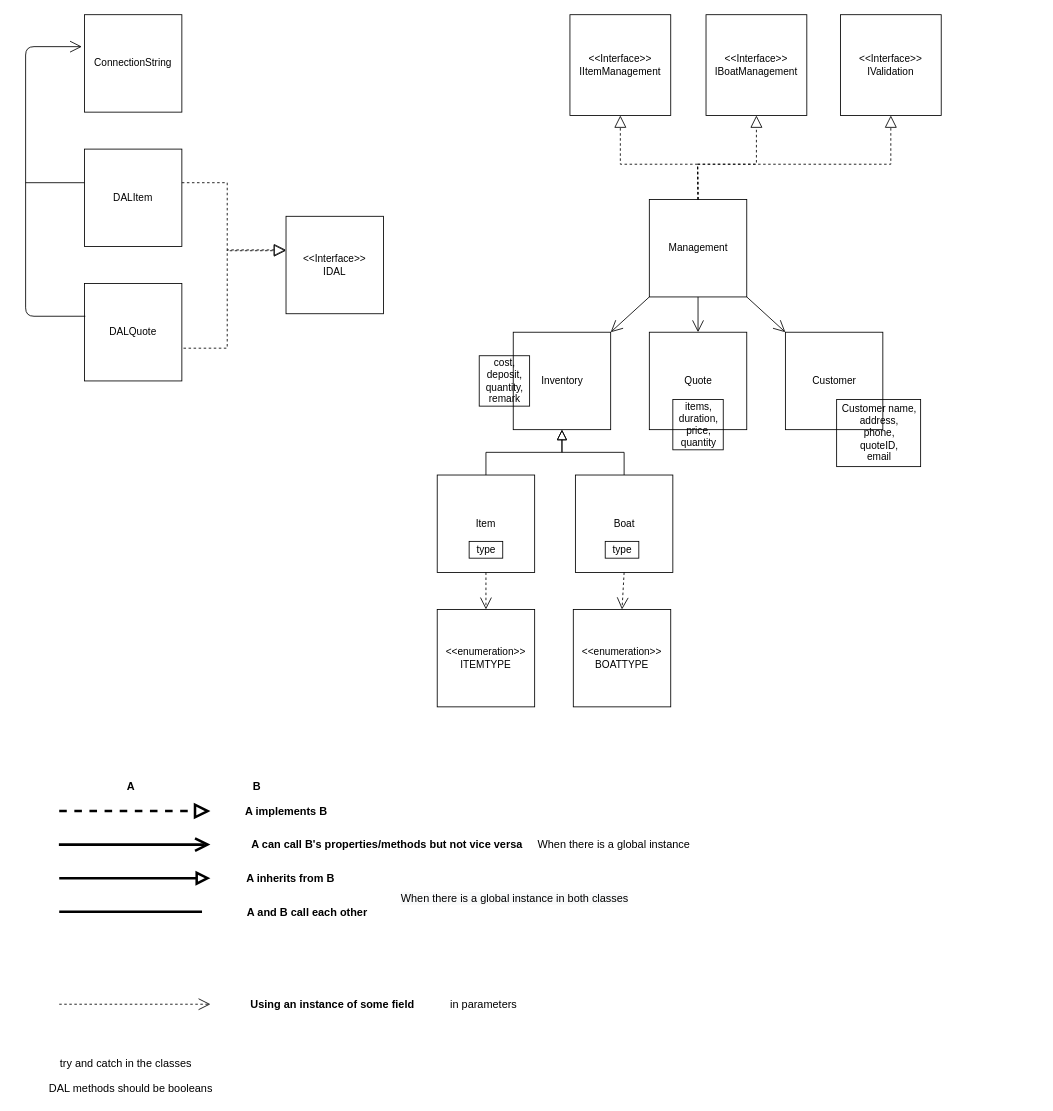
Earlier version of the draw.io diagram Documentation/Synthesis Assignment.drawio (ismailchbiki/-t-Sloepke-B.V.-company). Source tidied: cells renumbered, new cells numbered last; positions are measured from the earlier drawing's top-left corner, leaving out a move shared by most shapes. Both pictures are drawn from the tidied source at 84%, with x=0, y=0 at pixel (25, 14).
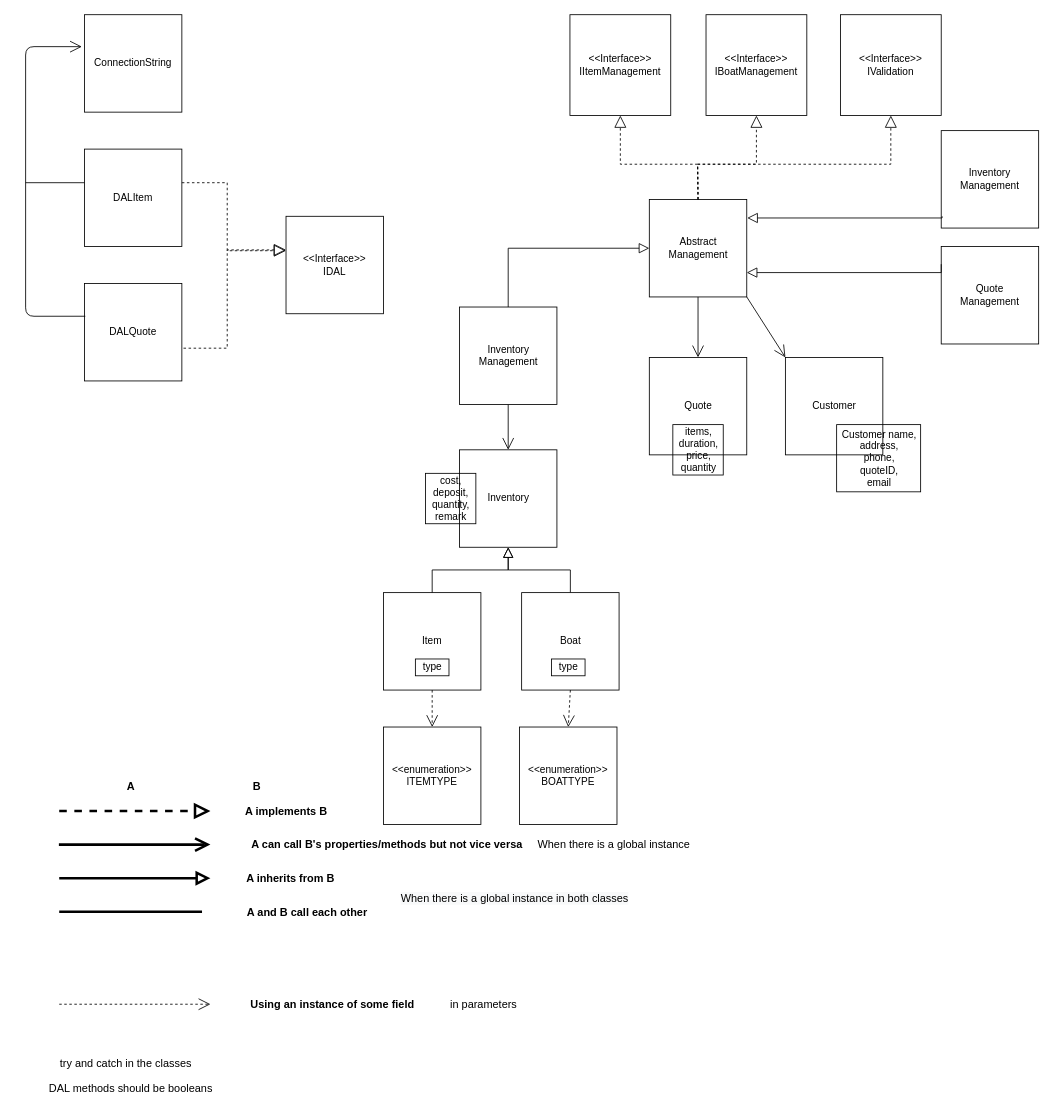
The same page after the edit.

The edit, as a diff of the source:
```diff
@@
-    <mxCell id="28" value="Management" style="whiteSpace=wrap;html=1;strokeColor=default;direction=east;" parent="1" vertex="1">
+    <mxCell id="28" value="Abstract&lt;br&gt;Management" style="whiteSpace=wrap;html=1;strokeColor=default;direction=east;" parent="1" vertex="1">
       <mxGeometry x="742.5" y="220" width="116" height="116" as="geometry" />
     </mxCell>
     <mxCell id="29" value="Quote" style="whiteSpace=wrap;html=1;strokeColor=default;direction=east;" parent="1" vertex="1">
-      <mxGeometry x="742.5" y="378" width="116" height="116" as="geometry" />
+      <mxGeometry x="742.5" y="408" width="116" height="116" as="geometry" />
     </mxCell>
     <mxCell id="30" value="Customer" style="whiteSpace=wrap;html=1;strokeColor=default;direction=east;" parent="1" vertex="1">
-      <mxGeometry x="904.5" y="378" width="116" height="116" as="geometry" />
+      <mxGeometry x="904.5" y="408" width="116" height="116" as="geometry" />
     </mxCell>
@@
-    <mxCell id="33" style="endArrow=open;endFill=1;endSize=12;html=1;fontStyle=1;fontSize=13;strokeWidth=1;exitX=0;exitY=1;exitDx=0;exitDy=0;entryX=1;entryY=0;entryDx=0;entryDy=0;" parent="1" edge="1" source="28" target="40">
+    <mxCell id="33" style="endArrow=open;endFill=1;endSize=12;html=1;fontStyle=1;fontSize=13;strokeWidth=1;entryX=0.5;entryY=0;entryDx=0;entryDy=0;" parent="1" edge="1" source="57" target="40">
       <mxGeometry relative="1" as="geometry" />
     </mxCell>
     <mxCell id="34" value="items,&lt;br&gt;duration,&lt;br&gt;price,&lt;br&gt;quantity" style="text;html=1;align=center;verticalAlign=middle;strokeColor=default;fillColor=none;" parent="1" vertex="1">
-      <mxGeometry x="770.5" y="458" width="60" height="60" as="geometry" />
+      <mxGeometry x="770.5" y="488" width="60" height="60" as="geometry" />
     </mxCell>
@@
     <mxCell id="37" value="Boat" style="whiteSpace=wrap;html=1;strokeColor=default;direction=east;" parent="1" vertex="1">
-      <mxGeometry x="654.5" y="548" width="116" height="116" as="geometry" />
+      <mxGeometry x="590.5" y="688" width="116" height="116" as="geometry" />
     </mxCell>
     <mxCell id="38" value="Item" style="whiteSpace=wrap;html=1;strokeColor=default;direction=east;" parent="1" vertex="1">
-      <mxGeometry x="490" y="548" width="116" height="116" as="geometry" />
+      <mxGeometry x="426" y="688" width="116" height="116" as="geometry" />
     </mxCell>
     <mxCell id="39" value="Customer name,&lt;br&gt;address,&lt;br&gt;phone,&lt;br&gt;quoteID,&lt;br&gt;email" style="text;html=1;align=center;verticalAlign=middle;strokeColor=default;fillColor=none;" parent="1" vertex="1">
-      <mxGeometry x="965.5" y="458" width="100" height="80" as="geometry" />
+      <mxGeometry x="965.5" y="488" width="100" height="80" as="geometry" />
     </mxCell>
     <mxCell id="40" value="Inventory" style="whiteSpace=wrap;html=1;strokeColor=default;direction=east;" parent="1" vertex="1">
-      <mxGeometry x="580.5" y="378" width="116" height="116" as="geometry" />
+      <mxGeometry x="516.5" y="518" width="116" height="116" as="geometry" />
     </mxCell>
     <mxCell id="41" value="cost,&lt;br&gt;deposit,&lt;br&gt;quantity,&lt;br&gt;remark" style="text;html=1;align=center;verticalAlign=middle;strokeColor=default;fillColor=none;" parent="1" vertex="1">
-      <mxGeometry x="540" y="406" width="60" height="60" as="geometry" />
+      <mxGeometry x="476" y="546" width="60" height="60" as="geometry" />
     </mxCell>
     <mxCell id="42" style="endArrow=block;endSize=10;endFill=0;shadow=0;strokeWidth=1;rounded=0;edgeStyle=elbowEdgeStyle;elbow=vertical;fontStyle=1;fontSize=13;entryX=0.5;entryY=1;entryDx=0;entryDy=0;exitX=0.5;exitY=0;exitDx=0;exitDy=0;" parent="1" edge="1" source="38" target="40">
       <mxGeometry relative="1" as="geometry">
         <Array as="points">
-          <mxPoint x="600" y="521" />
-          <mxPoint x="620" y="528" />
+          <mxPoint x="536" y="661" />
+          <mxPoint x="556" y="668" />
         </Array>
       </mxGeometry>
     </mxCell>
     <mxCell id="43" value="type" style="text;html=1;align=center;verticalAlign=middle;strokeColor=default;fillColor=none;" parent="1" vertex="1">
-      <mxGeometry x="528" y="627" width="40" height="20" as="geometry" />
+      <mxGeometry x="464" y="767" width="40" height="20" as="geometry" />
     </mxCell>
     <mxCell id="44" value="type" style="text;html=1;align=center;verticalAlign=middle;strokeColor=default;fillColor=none;" parent="1" vertex="1">
-      <mxGeometry x="690" y="627" width="40" height="20" as="geometry" />
+      <mxGeometry x="626" y="767" width="40" height="20" as="geometry" />
     </mxCell>
@@
     <mxCell id="46" value="&amp;lt;&amp;lt;enumeration&amp;gt;&amp;gt;&lt;br&gt;ITEMTYPE" style="whiteSpace=wrap;html=1;" parent="1" vertex="1">
-      <mxGeometry x="490" y="708" width="116" height="116" as="geometry" />
+      <mxGeometry x="426" y="848" width="116" height="116" as="geometry" />
     </mxCell>
     <mxCell id="47" value="&amp;lt;&amp;lt;enumeration&amp;gt;&amp;gt;&lt;br&gt;BOATTYPE" style="whiteSpace=wrap;html=1;" parent="1" vertex="1">
-      <mxGeometry x="652" y="708" width="116" height="116" as="geometry" />
+      <mxGeometry x="588" y="848" width="116" height="116" as="geometry" />
     </mxCell>
@@
+    <mxCell id="53" value="Inventory&lt;br&gt;Management" style="whiteSpace=wrap;html=1;strokeColor=default;direction=east;" parent="1" vertex="1">
+      <mxGeometry x="1090" y="138" width="116" height="116" as="geometry" />
+    </mxCell>
+    <mxCell id="54" value="Quote&lt;br&gt;Management" style="whiteSpace=wrap;html=1;strokeColor=default;direction=east;" parent="1" vertex="1">
+      <mxGeometry x="1090" y="276" width="116" height="116" as="geometry" />
+    </mxCell>
+    <mxCell id="55" style="endArrow=block;endSize=10;endFill=0;shadow=0;strokeWidth=1;rounded=0;edgeStyle=elbowEdgeStyle;elbow=vertical;fontStyle=1;fontSize=13;exitX=0;exitY=0.181;exitDx=0;exitDy=0;exitPerimeter=0;entryX=1;entryY=0.75;entryDx=0;entryDy=0;" parent="1" edge="1" source="54" target="28">
+      <mxGeometry relative="1" as="geometry">
+        <Array as="points">
+          <mxPoint x="950" y="307" />
+          <mxPoint x="977.5" y="297.5" />
+          <mxPoint x="1044.9" y="325.5" />
+        </Array>
+      </mxGeometry>
+    </mxCell>
+    <mxCell id="56" style="endArrow=block;endSize=10;endFill=0;shadow=0;strokeWidth=1;rounded=0;edgeStyle=elbowEdgeStyle;elbow=vertical;fontStyle=1;fontSize=13;entryX=1.005;entryY=0.19;entryDx=0;entryDy=0;entryPerimeter=0;exitX=0.009;exitY=0.879;exitDx=0;exitDy=0;exitPerimeter=0;" parent="1" edge="1" source="53" target="28">
+      <mxGeometry relative="1" as="geometry">
+        <Array as="points">
+          <mxPoint x="1000" y="242" />
+          <mxPoint x="1074.9" y="240" />
+          <mxPoint x="1064.9" y="240" />
+        </Array>
+      </mxGeometry>
+    </mxCell>
+    <mxCell id="57" value="Inventory&lt;br&gt;Management" style="whiteSpace=wrap;html=1;strokeColor=default;direction=east;" parent="1" vertex="1">
+      <mxGeometry x="516.5" y="348" width="116" height="116" as="geometry" />
+    </mxCell>
+    <mxCell id="58" style="endArrow=block;endSize=10;endFill=0;shadow=0;strokeWidth=1;rounded=0;edgeStyle=elbowEdgeStyle;elbow=vertical;fontStyle=1;fontSize=13;exitX=0.5;exitY=0;exitDx=0;exitDy=0;entryX=0;entryY=0.5;entryDx=0;entryDy=0;" parent="1" edge="1" source="57" target="28">
+      <mxGeometry relative="1" as="geometry">
+        <Array as="points">
+          <mxPoint x="610" y="278" />
+          <mxPoint x="481" y="197" />
+          <mxPoint x="555.9" y="195" />
+          <mxPoint x="545.9" y="195" />
+        </Array>
+      </mxGeometry>
+    </mxCell>
```
